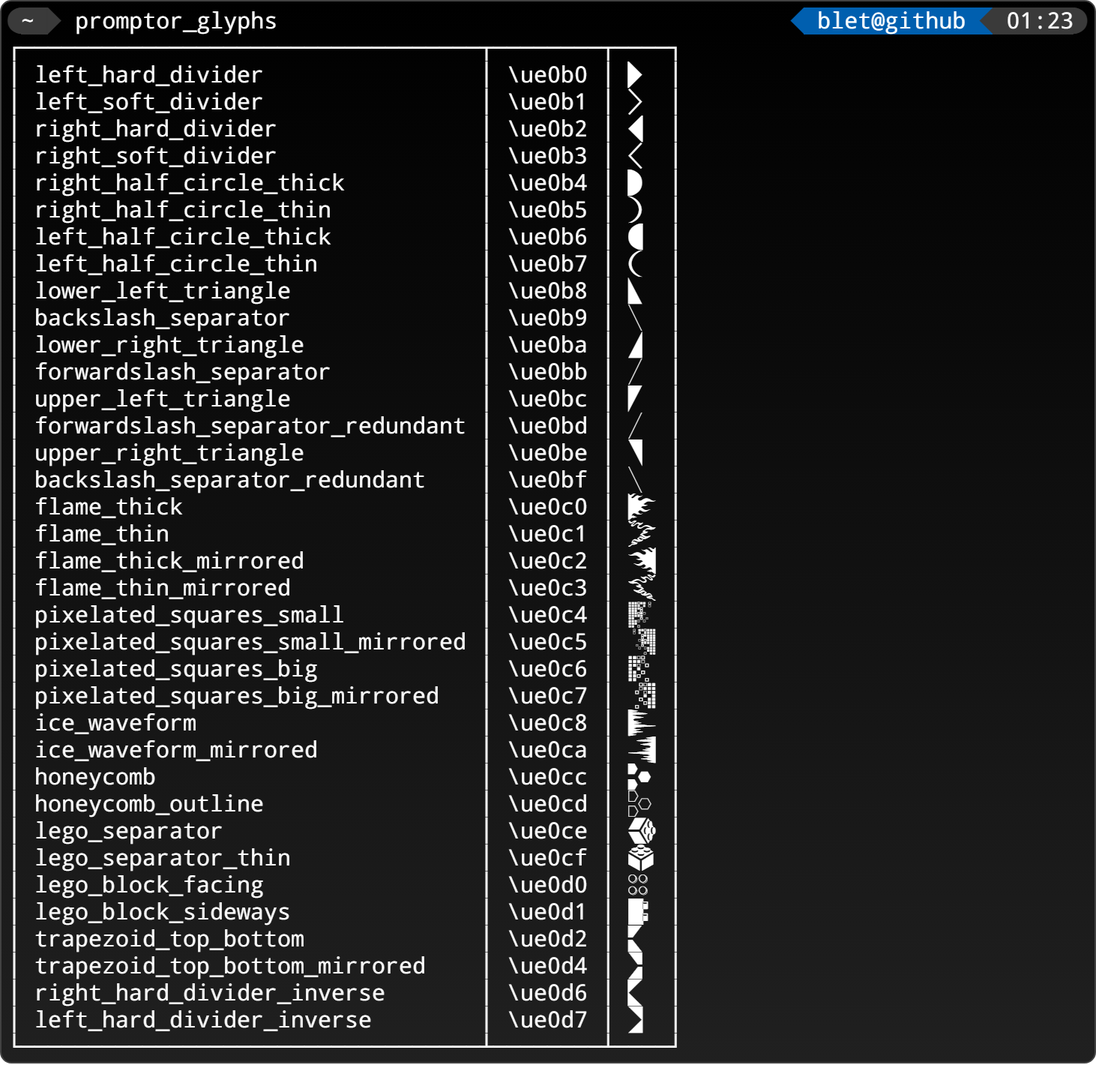
Before: images/glyphs.drawio.png, a diagram exported from draw.io (MickaelBlet/Promptor). Source tidied: cells renumbered, new cells last; positions are measured from the earlier drawing's top-left corner, leaving out a move shared by most shapes.
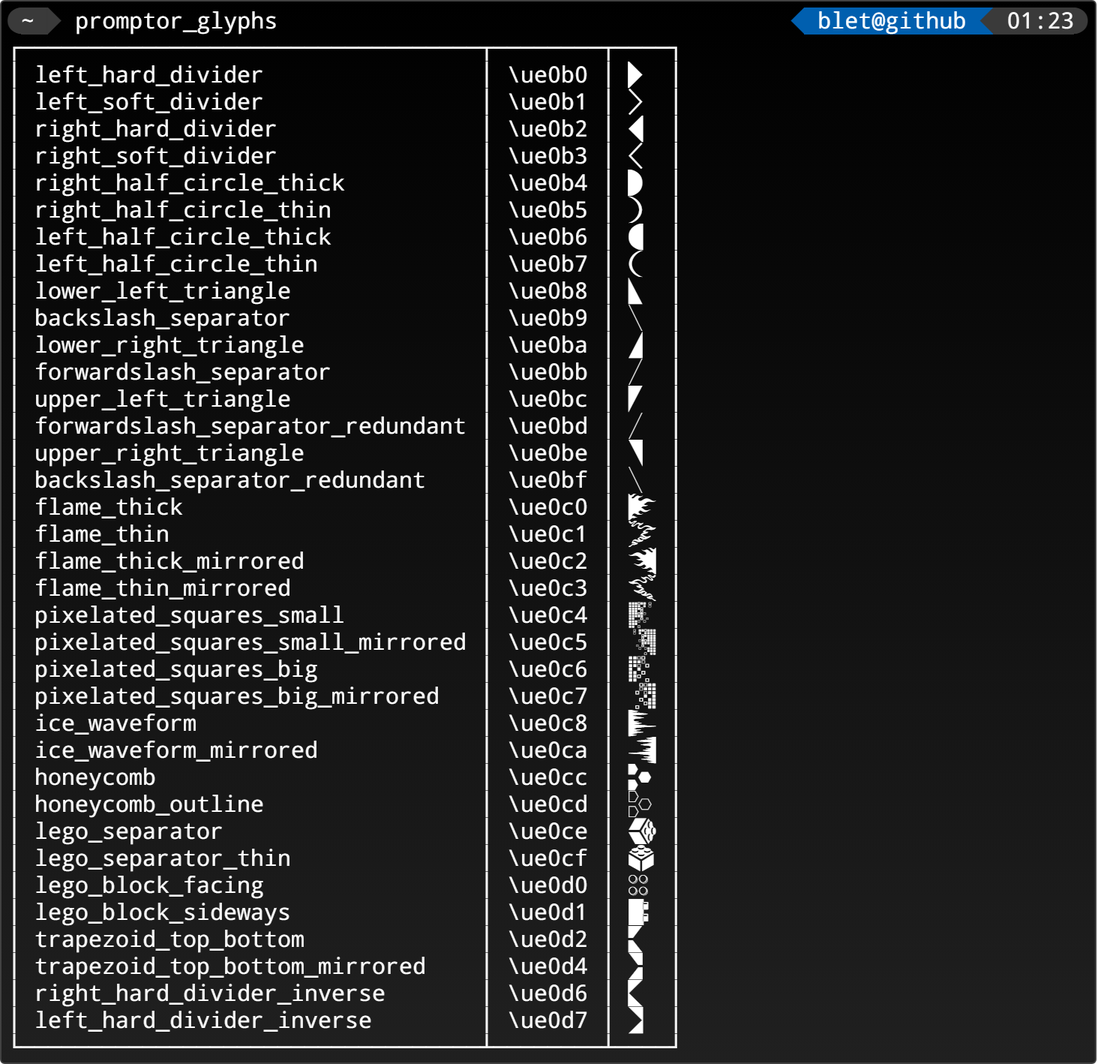
After the change.

The edit, as a diff of the source:
```diff
@@ -2,7 +2,7 @@
   <root>
     <mxCell id="0" />
     <mxCell id="1" parent="0" />
-    <mxCell id="2" style="rounded=1;whiteSpace=wrap;html=1;arcSize=1;fillColor=#000000;strokeColor=#424242;gradientColor=#202020;" parent="1" vertex="1">
+    <mxCell id="2" style="rounded=1;whiteSpace=wrap;html=1;arcSize=5;fillColor=#000000;strokeColor=#424242;gradientColor=#202020;absoluteArcSize=1;" parent="1" vertex="1">
       <mxGeometry width="730" height="708" as="geometry" />
     </mxCell>
     <mxCell id="3" value="&lt;div&gt;&lt;span style=&quot;color: rgb(58 , 58 , 58)&quot;&gt;&lt;/span&gt;&lt;span style=&quot;background-color: rgb(58 , 58 , 58) ; color: rgb(255 , 255 , 255)&quot;&gt;~ &lt;/span&gt;&lt;span style=&quot;color: rgb(58 , 58 , 58)&quot;&gt;&lt;/span&gt;&lt;span&gt; &lt;/span&gt;&lt;font color=&quot;#ffffff&quot;&gt;promptor_glyphs&lt;/font&gt;&lt;font color=&quot;#ffffff&quot;&gt;&amp;nbsp; &amp;nbsp; &amp;nbsp; &amp;nbsp; &amp;nbsp; &amp;nbsp; &amp;nbsp; &amp;nbsp; &amp;nbsp; &amp;nbsp; &amp;nbsp; &amp;nbsp; &amp;nbsp; &amp;nbsp; &amp;nbsp; &amp;nbsp; &amp;nbsp; &amp;nbsp; &amp;nbsp;&amp;nbsp;&lt;/font&gt;&lt;span style=&quot;color: rgb(0 , 95 , 175)&quot;&gt;&lt;/span&gt;&lt;span style=&quot;background-color: rgb(0 , 95 , 175) ; color: rgb(255 , 255 , 255)&quot;&gt; blet@github &lt;/span&gt;&lt;span style=&quot;background-color: rgb(0 , 95 , 175) ; color: rgb(58 , 58 , 58)&quot;&gt;&lt;/span&gt;&lt;span style=&quot;background-color: rgb(58 , 58 , 58) ; color: rgb(255 , 255 , 255)&quot;&gt;&amp;nbsp;01:23&lt;/span&gt;&lt;span style=&quot;color: rgb(58 , 58 , 58)&quot;&gt;&lt;/span&gt;&lt;/div&gt;&lt;div&gt;&lt;font color=&quot;#ffffff&quot;&gt;┌──────────────────────────────────┬────────┬────┐&lt;/font&gt;&lt;/div&gt;&lt;div&gt;&lt;font color=&quot;#ffffff&quot;&gt;│ left_hard_divider&amp;nbsp; &amp;nbsp; &amp;nbsp; &amp;nbsp; &amp;nbsp; &amp;nbsp; &amp;nbsp; &amp;nbsp; │ \ue0b0 │ &amp;nbsp; │&lt;/font&gt;&lt;/div&gt;&lt;div&gt;&lt;font color=&quot;#ffffff&quot;&gt;│ left_soft_divider&amp;nbsp; &amp;nbsp; &amp;nbsp; &amp;nbsp; &amp;nbsp; &amp;nbsp; &amp;nbsp; &amp;nbsp; │ \ue0b1 │ &amp;nbsp; │&lt;/font&gt;&lt;/div&gt;&lt;div&gt;&lt;font color=&quot;#ffffff&quot;&gt;│ right_hard_divider&amp;nbsp; &amp;nbsp; &amp;nbsp; &amp;nbsp; &amp;nbsp; &amp;nbsp; &amp;nbsp; &amp;nbsp;│ \ue0b2 │ &amp;nbsp; │&lt;/font&gt;&lt;/div&gt;&lt;div&gt;&lt;font color=&quot;#ffffff&quot;&gt;│ right_soft_divider&amp;nbsp; &amp;nbsp; &amp;nbsp; &amp;nbsp; &amp;nbsp; &amp;nbsp; &amp;nbsp; &amp;nbsp;│ \ue0b3 │ &amp;nbsp; │&lt;/font&gt;&lt;/div&gt;&lt;div&gt;&lt;font color=&quot;#ffffff&quot;&gt;│ right_half_circle_thick&amp;nbsp; &amp;nbsp; &amp;nbsp; &amp;nbsp; &amp;nbsp; │ \ue0b4 │ &amp;nbsp; │&lt;/font&gt;&lt;/div&gt;&lt;div&gt;&lt;font color=&quot;#ffffff&quot;&gt;│ right_half_circle_thin&amp;nbsp; &amp;nbsp; &amp;nbsp; &amp;nbsp; &amp;nbsp; &amp;nbsp;│ \ue0b5 │ &amp;nbsp; │&lt;/font&gt;&lt;/div&gt;&lt;div&gt;&lt;font color=&quot;#ffffff&quot;&gt;│ left_half_circle_thick&amp;nbsp; &amp;nbsp; &amp;nbsp; &amp;nbsp; &amp;nbsp; &amp;nbsp;│ \ue0b6 │ &amp;nbsp; │&lt;/font&gt;&lt;/div&gt;&lt;div&gt;&lt;font color=&quot;#ffffff&quot;&gt;│ left_half_circle_thin&amp;nbsp; &amp;nbsp; &amp;nbsp; &amp;nbsp; &amp;nbsp; &amp;nbsp; │ \ue0b7 │ &amp;nbsp; │&lt;/font&gt;&lt;/div&gt;&lt;div&gt;&lt;font color=&quot;#ffffff&quot;&gt;│ lower_left_triangle&amp;nbsp; &amp;nbsp; &amp;nbsp; &amp;nbsp; &amp;nbsp; &amp;nbsp; &amp;nbsp; │ \ue0b8 │ &amp;nbsp; │&lt;/font&gt;&lt;/div&gt;&lt;div&gt;&lt;font color=&quot;#ffffff&quot;&gt;│ backslash_separator&amp;nbsp; &amp;nbsp; &amp;nbsp; &amp;nbsp; &amp;nbsp; &amp;nbsp; &amp;nbsp; │ \ue0b9 │ &amp;nbsp; │&lt;/font&gt;&lt;/div&gt;&lt;div&gt;&lt;font color=&quot;#ffffff&quot;&gt;│ lower_right_triangle&amp;nbsp; &amp;nbsp; &amp;nbsp; &amp;nbsp; &amp;nbsp; &amp;nbsp; &amp;nbsp;│ \ue0ba │ &amp;nbsp; │&lt;/font&gt;&lt;/div&gt;&lt;div&gt;&lt;font color=&quot;#ffffff&quot;&gt;│ forwardslash_separator&amp;nbsp; &amp;nbsp; &amp;nbsp; &amp;nbsp; &amp;nbsp; &amp;nbsp;│ \ue0bb │ &amp;nbsp; │&lt;/font&gt;&lt;/div&gt;&lt;div&gt;&lt;font color=&quot;#ffffff&quot;&gt;│ upper_left_triangle&amp;nbsp; &amp;nbsp; &amp;nbsp; &amp;nbsp; &amp;nbsp; &amp;nbsp; &amp;nbsp; │ \ue0bc │ &amp;nbsp; │&lt;/font&gt;&lt;/div&gt;&lt;div&gt;&lt;font color=&quot;#ffffff&quot;&gt;│ forwardslash_separator_redundant │ \ue0bd │ &amp;nbsp; │&lt;/font&gt;&lt;/div&gt;&lt;div&gt;&lt;font color=&quot;#ffffff&quot;&gt;│ upper_right_triangle&amp;nbsp; &amp;nbsp; &amp;nbsp; &amp;nbsp; &amp;nbsp; &amp;nbsp; &amp;nbsp;│ \ue0be │ &amp;nbsp; │&lt;/font&gt;&lt;/div&gt;&lt;div&gt;&lt;font color=&quot;#ffffff&quot;&gt;│ backslash_separator_redundant&amp;nbsp; &amp;nbsp; │ \ue0bf │ &amp;nbsp; │&lt;/font&gt;&lt;/div&gt;&lt;div&gt;&lt;font color=&quot;#ffffff&quot;&gt;│ flame_thick&amp;nbsp; &amp;nbsp; &amp;nbsp; &amp;nbsp; &amp;nbsp; &amp;nbsp; &amp;nbsp; &amp;nbsp; &amp;nbsp; &amp;nbsp; &amp;nbsp; │ \ue0c0 │ &amp;nbsp; │&lt;/font&gt;&lt;/div&gt;&lt;div&gt;&lt;font color=&quot;#ffffff&quot;&gt;│ flame_thin&amp;nbsp; &amp;nbsp; &amp;nbsp; &amp;nbsp; &amp;nbsp; &amp;nbsp; &amp;nbsp; &amp;nbsp; &amp;nbsp; &amp;nbsp; &amp;nbsp; &amp;nbsp;│ \ue0c1 │ &amp;nbsp; │&lt;/font&gt;&lt;/div&gt;&lt;div&gt;&lt;font color=&quot;#ffffff&quot;&gt;│ flame_thick_mirrored&amp;nbsp; &amp;nbsp; &amp;nbsp; &amp;nbsp; &amp;nbsp; &amp;nbsp; &amp;nbsp;│ \ue0c2 │ &amp;nbsp; │&lt;/font&gt;&lt;/div&gt;&lt;div&gt;&lt;font color=&quot;#ffffff&quot;&gt;│ flame_thin_mirrored&amp;nbsp; &amp;nbsp; &amp;nbsp; &amp;nbsp; &amp;nbsp; &amp;nbsp; &amp;nbsp; │ \ue0c3 │ &amp;nbsp; │&lt;/font&gt;&lt;/div&gt;&lt;div&gt;&lt;font color=&quot;#ffffff&quot;&gt;│ pixelated_squares_small&amp;nbsp; &amp;nbsp; &amp;nbsp; &amp;nbsp; &amp;nbsp; │ \ue0c4 │ &amp;nbsp; │&lt;/font&gt;&lt;/div&gt;&lt;div&gt;&lt;font color=&quot;#ffffff&quot;&gt;│ pixelated_squares_small_mirrored │ \ue0c5 │ &amp;nbsp; │&lt;/font&gt;&lt;/div&gt;&lt;div&gt;&lt;font color=&quot;#ffffff&quot;&gt;│ pixelated_squares_big&amp;nbsp; &amp;nbsp; &amp;nbsp; &amp;nbsp; &amp;nbsp; &amp;nbsp; │ \ue0c6 │ &amp;nbsp; │&lt;/font&gt;&lt;/div&gt;&lt;div&gt;&lt;font color=&quot;#ffffff&quot;&gt;│ pixelated_squares_big_mirrored&amp;nbsp; &amp;nbsp;│ \ue0c7 │ &amp;nbsp; │&lt;/font&gt;&lt;/div&gt;&lt;div&gt;&lt;font color=&quot;#ffffff&quot;&gt;│ ice_waveform&amp;nbsp; &amp;nbsp; &amp;nbsp; &amp;nbsp; &amp;nbsp; &amp;nbsp; &amp;nbsp; &amp;nbsp; &amp;nbsp; &amp;nbsp; &amp;nbsp;│ \ue0c8 │ &amp;nbsp; │&lt;/font&gt;&lt;/div&gt;&lt;div&gt;&lt;font color=&quot;#ffffff&quot;&gt;│ ice_waveform_mirrored&amp;nbsp; &amp;nbsp; &amp;nbsp; &amp;nbsp; &amp;nbsp; &amp;nbsp; │ \ue0ca │ &amp;nbsp; │&lt;/font&gt;&lt;/div&gt;&lt;div&gt;&lt;font color=&quot;#ffffff&quot;&gt;│ honeycomb&amp;nbsp; &amp;nbsp; &amp;nbsp; &amp;nbsp; &amp;nbsp; &amp;nbsp; &amp;nbsp; &amp;nbsp; &amp;nbsp; &amp;nbsp; &amp;nbsp; &amp;nbsp; │ \ue0cc │ &amp;nbsp; │&lt;/font&gt;&lt;/div&gt;&lt;div&gt;&lt;font color=&quot;#ffffff&quot;&gt;│ honeycomb_outline&amp;nbsp; &amp;nbsp; &amp;nbsp; &amp;nbsp; &amp;nbsp; &amp;nbsp; &amp;nbsp; &amp;nbsp; │ \ue0cd │ &amp;nbsp; │&lt;/font&gt;&lt;/div&gt;&lt;div&gt;&lt;font color=&quot;#ffffff&quot;&gt;│ lego_separator&amp;nbsp; &amp;nbsp; &amp;nbsp; &amp;nbsp; &amp;nbsp; &amp;nbsp; &amp;nbsp; &amp;nbsp; &amp;nbsp; &amp;nbsp;│ \ue0ce │ &amp;nbsp; │&lt;/font&gt;&lt;/div&gt;&lt;div&gt;&lt;font color=&quot;#ffffff&quot;&gt;│ lego_separator_thin&amp;nbsp; &amp;nbsp; &amp;nbsp; &amp;nbsp; &amp;nbsp; &amp;nbsp; &amp;nbsp; │ \ue0cf │ &amp;nbsp; │&lt;/font&gt;&lt;/div&gt;&lt;div&gt;&lt;font color=&quot;#ffffff&quot;&gt;│ lego_block_facing&amp;nbsp; &amp;nbsp; &amp;nbsp; &amp;nbsp; &amp;nbsp; &amp;nbsp; &amp;nbsp; &amp;nbsp; │ \ue0d0 │ &amp;nbsp; │&lt;/font&gt;&lt;/div&gt;&lt;div&gt;&lt;font color=&quot;#ffffff&quot;&gt;│ lego_block_sideways&amp;nbsp; &amp;nbsp; &amp;nbsp; &amp;nbsp; &amp;nbsp; &amp;nbsp; &amp;nbsp; │ \ue0d1 │ &amp;nbsp; │&lt;/font&gt;&lt;/div&gt;&lt;div&gt;&lt;font color=&quot;#ffffff&quot;&gt;│ trapezoid_top_bottom&amp;nbsp; &amp;nbsp; &amp;nbsp; &amp;nbsp; &amp;nbsp; &amp;nbsp; &amp;nbsp;│ \ue0d2 │ &amp;nbsp; │&lt;/font&gt;&lt;/div&gt;&lt;div&gt;&lt;font color=&quot;#ffffff&quot;&gt;│ trapezoid_top_bottom_mirrored&amp;nbsp; &amp;nbsp; │ \ue0d4 │ &amp;nbsp; │&lt;/font&gt;&lt;/div&gt;&lt;div&gt;&lt;font color=&quot;#ffffff&quot;&gt;│ right_hard_divider_inverse&amp;nbsp; &amp;nbsp; &amp;nbsp; &amp;nbsp;│ \ue0d6 │ &amp;nbsp; │&lt;/font&gt;&lt;/div&gt;&lt;div&gt;&lt;font color=&quot;#ffffff&quot;&gt;│ left_hard_divider_inverse&amp;nbsp; &amp;nbsp; &amp;nbsp; &amp;nbsp; │ \ue0d7 │ &amp;nbsp; │&lt;/font&gt;&lt;/div&gt;&lt;div&gt;&lt;font color=&quot;#ffffff&quot;&gt;└──────────────────────────────────┴────────┴────┘&lt;/font&gt;&lt;/div&gt;" style="text;html=1;align=left;verticalAlign=bottom;rounded=0;fontFamily=DroidSansM Nerd Font;fontSize=15;fillColor=none;arcSize=0;spacing=0;" parent="1" vertex="1">
```
